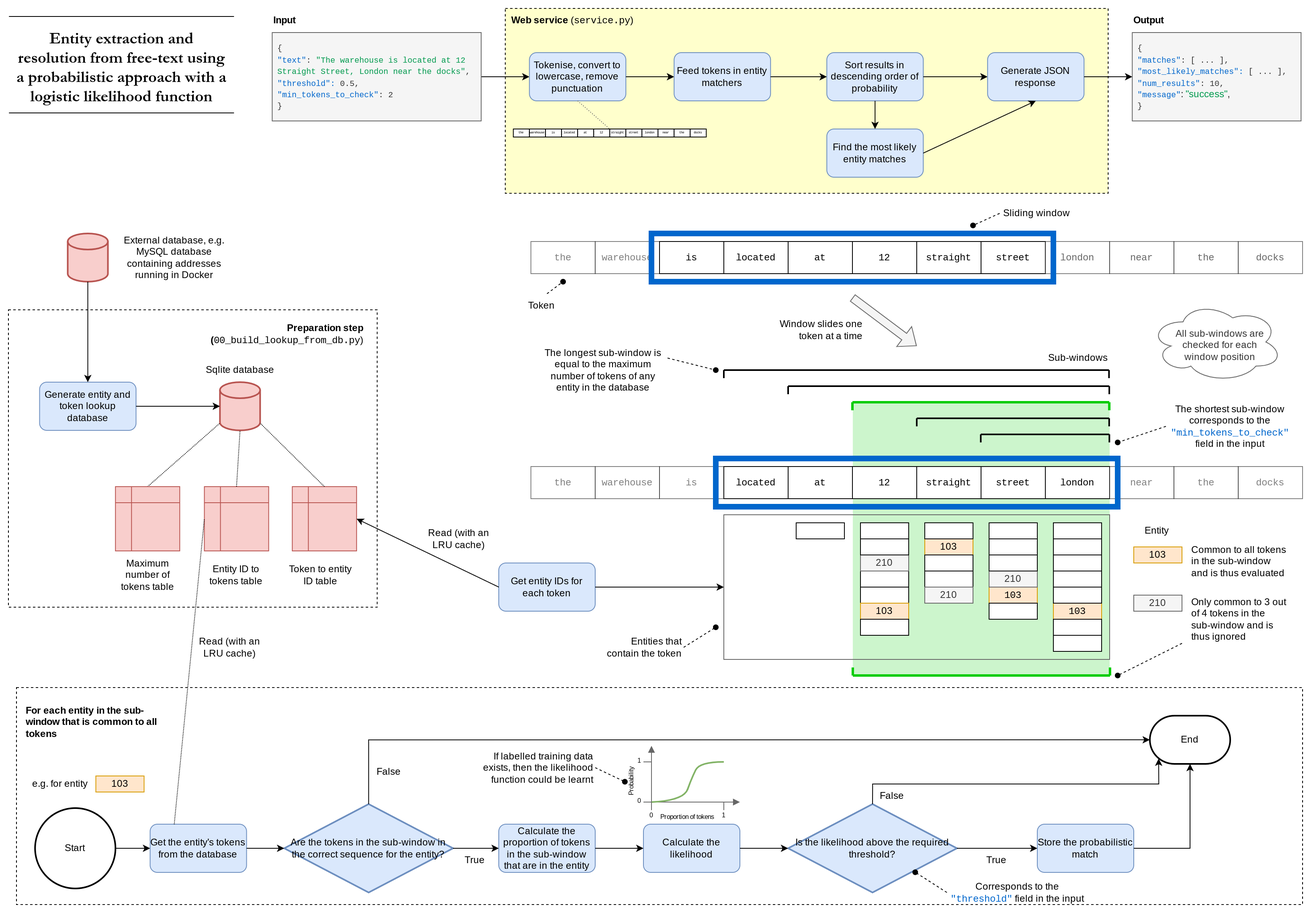
cdclaxton/learning keeps this draw.io diagram as Python/DataScience/entity-extraction/images/concept.png. Above is the earlier version. Source tidied: cells renumbered, new cells last; positions are measured from the earlier drawing's top-left corner, leaving out a move shared by most shapes.
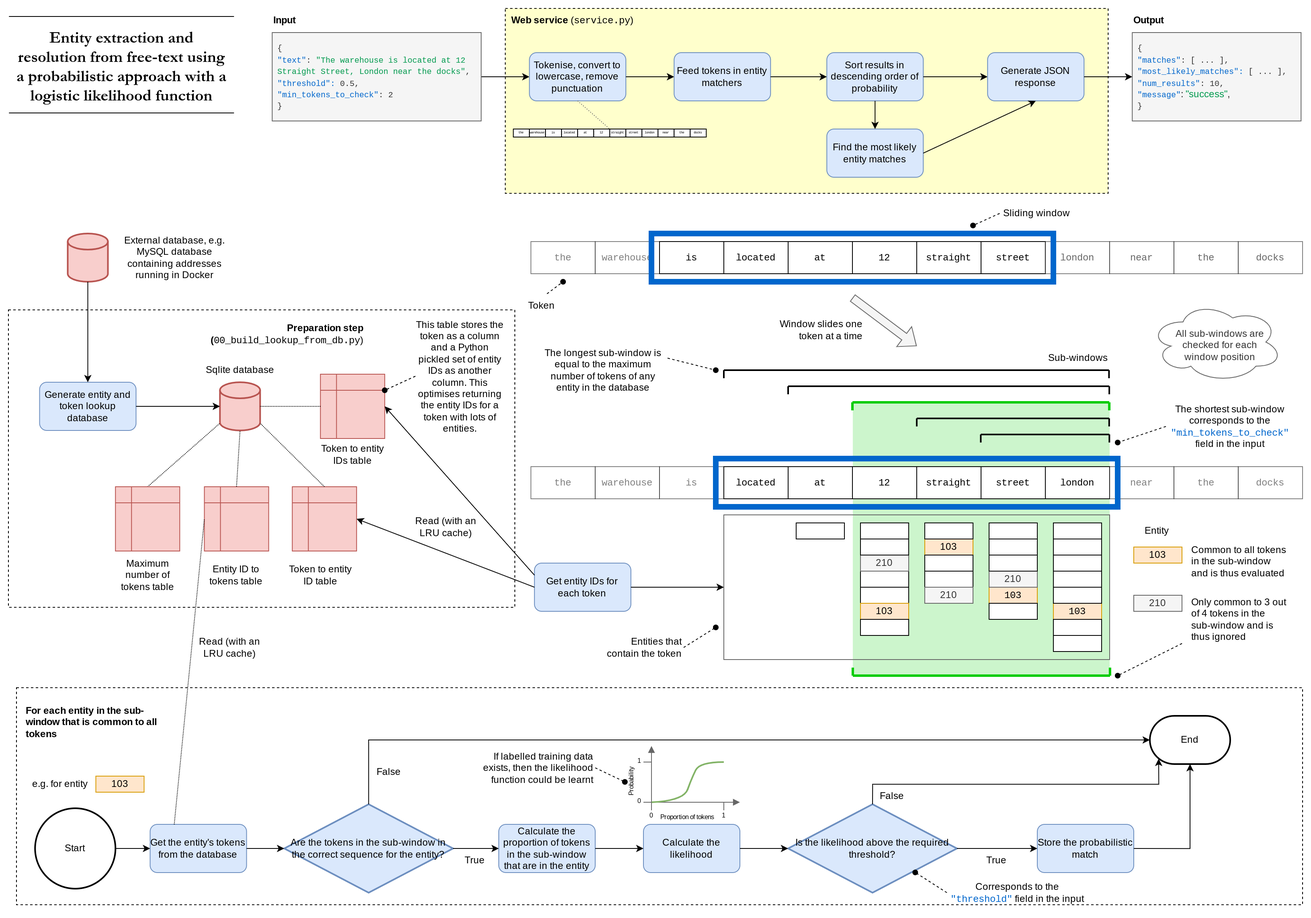
After the change.

Commit message:
Add concept and database load diagrams

Diff of the diagram source:
```diff
@@ -12,7 +12,7 @@
       <mxGeometry x="890" y="630" width="480" height="180" as="geometry" />
     </mxCell>
     <mxCell id="5" style="rounded=0;whiteSpace=wrap;html=1;fillColor=none;dashed=1;" parent="1" vertex="1">
-      <mxGeometry y="375" width="458.8" height="370" as="geometry" />
+      <mxGeometry y="375" width="630" height="370" as="geometry" />
     </mxCell>
     <mxCell id="6" style="rounded=0;whiteSpace=wrap;html=1;fillColor=#FFFFCC;dashed=1;" parent="1" vertex="1">
       <mxGeometry x="618.1" width="750" height="230" as="geometry" />
@@ -426,13 +426,13 @@
       <mxGeometry x="980" y="640" width="60" height="20" as="geometry" />
     </mxCell>
     <mxCell id="127" value="Get entity IDs for each token" style="rounded=1;whiteSpace=wrap;html=1;fillColor=#dae8fc;strokeColor=#6c8ebf;" parent="1" vertex="1">
-      <mxGeometry x="610" y="690" width="120" height="60" as="geometry" />
+      <mxGeometry x="654.4" y="690" width="120" height="60" as="geometry" />
     </mxCell>
     <mxCell id="128" style="rounded=0;jettySize=auto;html=1;entryX=1;entryY=0.5;entryDx=0;entryDy=0;exitX=0;exitY=0.5;exitDx=0;exitDy=0;" parent="1" edge="1" source="127" target="35">
       <mxGeometry relative="1" as="geometry" />
     </mxCell>
     <mxCell id="129" value="Read (with an LRU cache)" style="text;html=1;strokeColor=none;fillColor=none;align=center;verticalAlign=middle;whiteSpace=wrap;rounded=0;" parent="1" vertex="1">
-      <mxGeometry x="515.6" y="645" width="88.8" height="30" as="geometry" />
+      <mxGeometry x="500" y="630" width="88.8" height="30" as="geometry" />
     </mxCell>
     <mxCell id="130" style="rounded=0;jettySize=auto;html=1;exitX=1;exitY=0.5;exitDx=0;exitDy=0;entryX=0;entryY=0.5;entryDx=0;entryDy=0;" parent="1" edge="1" source="127" target="4">
       <mxGeometry relative="1" as="geometry" />
@@ -679,5 +679,23 @@
     <mxCell id="195" value="Entity" style="text;html=1;strokeColor=none;fillColor=none;align=center;verticalAlign=middle;whiteSpace=wrap;rounded=0;" parent="1" vertex="1">
       <mxGeometry x="1398.1" y="635" width="61.9" height="30" as="geometry" />
     </mxCell>
+    <mxCell id="196" style="shape=internalStorage;whiteSpace=wrap;html=1;backgroundOutline=1;fillColor=#f8cecc;strokeColor=#b85450;" parent="1" vertex="1">
+      <mxGeometry x="388.1" y="455" width="80" height="80" as="geometry" />
+    </mxCell>
+    <mxCell id="197" value="Token to entity IDs table" style="text;html=1;strokeColor=none;fillColor=none;align=center;verticalAlign=middle;whiteSpace=wrap;rounded=0;" parent="1" vertex="1">
+      <mxGeometry x="383.8" y="535" width="88.8" height="40" as="geometry" />
+    </mxCell>
+    <mxCell id="198" style="edgeStyle=none;rounded=0;jettySize=auto;html=1;exitX=0;exitY=0.5;exitDx=0;exitDy=0;entryX=1;entryY=0.5;entryDx=0;entryDy=0;entryPerimeter=0;endArrow=none;endFill=0;dashed=1;dashPattern=1 1;" parent="1" edge="1" source="196" target="27">
+      <mxGeometry relative="1" as="geometry" />
+    </mxCell>
+    <mxCell id="199" style="rounded=0;jettySize=auto;html=1;entryX=1;entryY=0.5;entryDx=0;entryDy=0;exitX=0;exitY=0.25;exitDx=0;exitDy=0;" parent="1" edge="1" source="127" target="196">
+      <mxGeometry relative="1" as="geometry" />
+    </mxCell>
+    <mxCell id="200" value="This table stores the token as a column and a Python pickled set of entity IDs as another column. This optimises returning the entity IDs for a token with lots of entities." style="text;html=1;strokeColor=none;fillColor=none;align=center;verticalAlign=middle;whiteSpace=wrap;rounded=0;" parent="1" vertex="1">
+      <mxGeometry x="506.3" y="390" width="111.9" height="135" as="geometry" />
+    </mxCell>
+    <mxCell id="201" style="edgeStyle=none;rounded=0;jettySize=auto;html=1;exitX=0;exitY=0.5;exitDx=0;exitDy=0;endArrow=oval;endFill=1;dashed=1;entryX=1;entryY=0.25;entryDx=0;entryDy=0;" parent="1" edge="1" source="200" target="196">
+      <mxGeometry relative="1" as="geometry" />
+    </mxCell>
   </root>
 </mxGraphModel>
```
